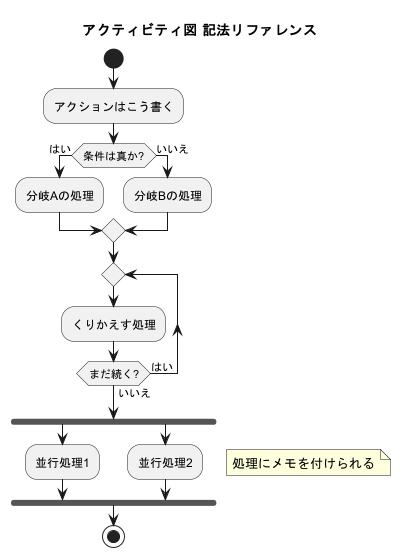
Earlier version of the PlantUML export Activity/_Template_Activity.png (O-TYAN64/plantuml-cheatsheet).
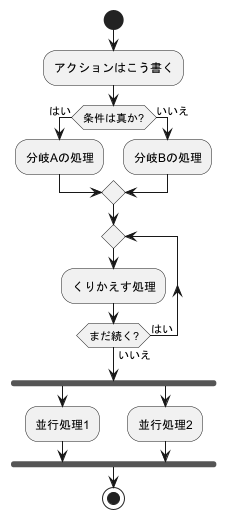
The same diagram one commit later.

What changed in the source:
```diff
@@ -1,29 +1,18 @@
 @startuml
-title アクティビティ図 記法リファレンス
-
 start
-
 :アクションはこう書く;
-
 if (条件は真か?) then (はい)
   :分岐Aの処理;
 else (いいえ)
   :分岐Bの処理;
 endif
-
 repeat
   :くりかえす処理;
 repeat while (まだ続く?) is (はい) not (いいえ)
-
 fork
   :並行処理1;
 fork again
   :並行処理2;
 end fork
-
-note right : 処理にメモを付けられる
-
-
 stop
-
 @enduml
```
